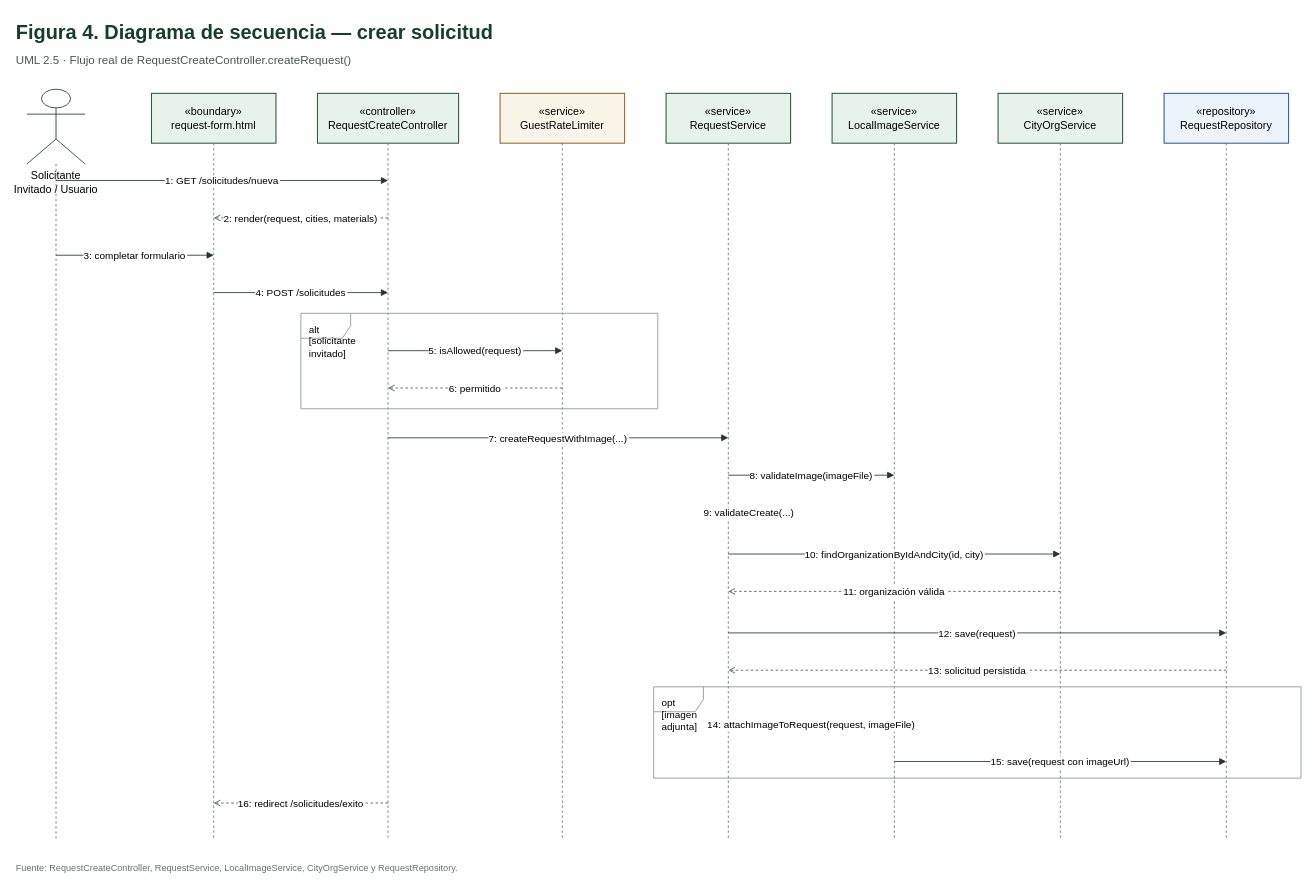
Earlier version of the draw.io diagram docs/diagrams/figura4-secuencia.drawio (fedegonc/residuosolido). Source tidied: cells renumbered, new cells numbered last; positions are measured from the earlier drawing's top-left corner, leaving out a move shared by most shapes. Both pictures are drawn from the tidied source at 83%, with x=0, y=0 at pixel (14, 14).
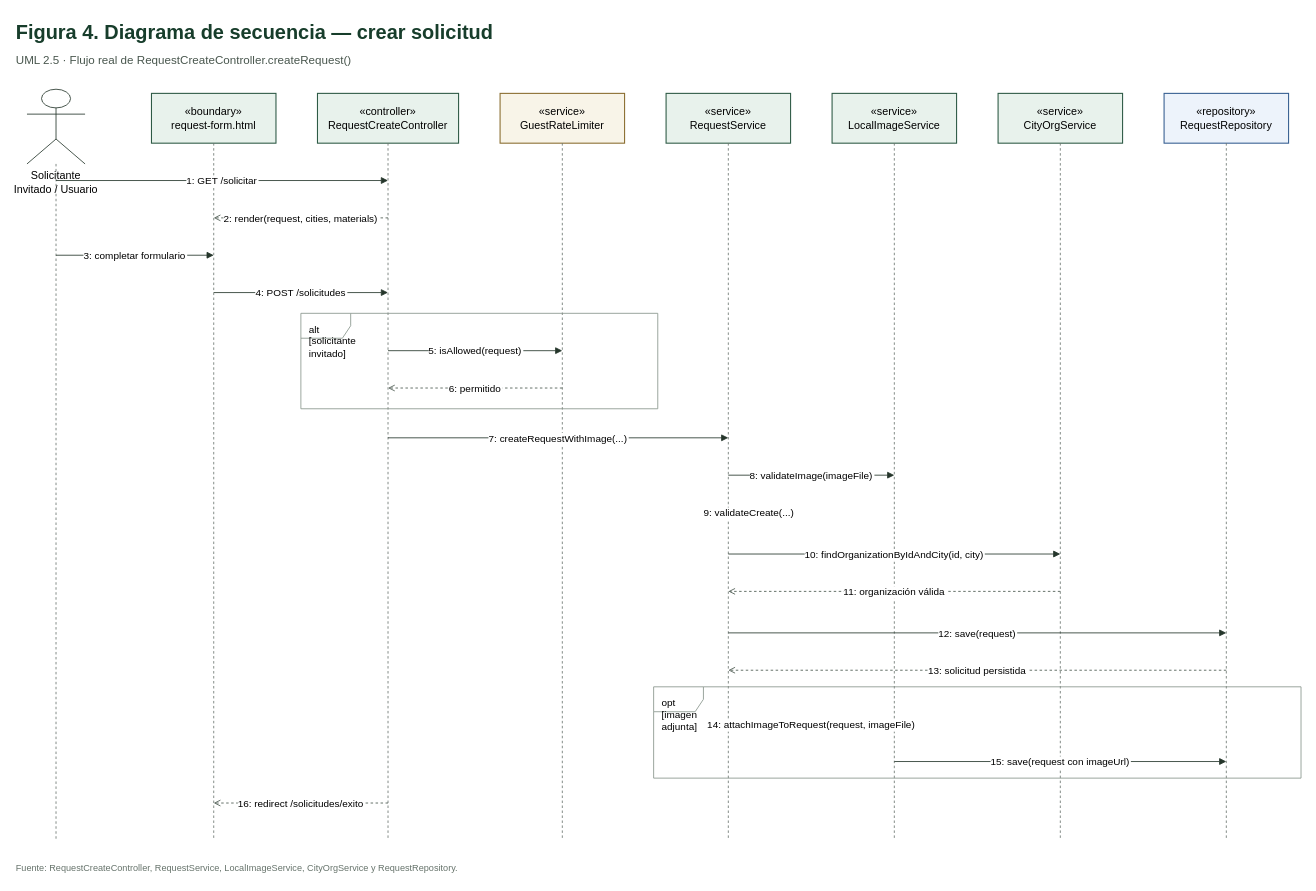
After the change.

The edit, as a diff of the source:
```diff
@@
-    <mxCell id="20" value="1: GET /solicitudes/nueva" style="endArrow=block;html=0;fontFamily=Helvetica;fontSize=12;strokeColor=#25362b;" parent="1" edge="1">
+    <mxCell id="20" value="1: GET /solicitar" style="endArrow=block;html=0;fontFamily=Helvetica;fontSize=12;strokeColor=#25362b;" parent="1" edge="1">
       <mxGeometry relative="1" as="geometry">
         <mxPoint x="50" y="200" as="sourcePoint" />
         <mxPoint x="450" y="200" as="targetPoint" />
       </mxGeometry>
     </mxCell>
```
